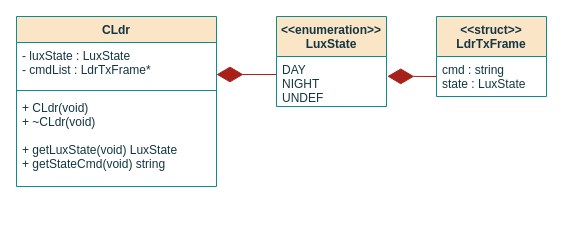
Earlier version of the draw.io diagram page "class" (1 of 4) of documentation/flowcharts/02Classes/CLdr.drawio (ESRGgroup9/slipad). Source tidied: cells renumbered, new cells numbered last; positions are measured from the earlier drawing's top-left corner, leaving out a move shared by most shapes. Both pictures are drawn from the tidied source at 100%, with x=0, y=0 at pixel (16, 16).
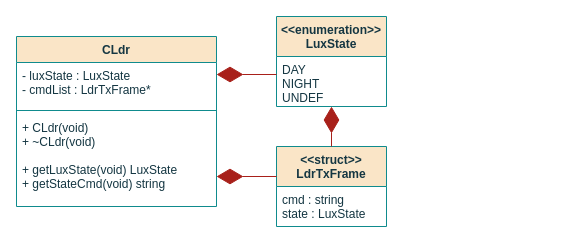
The same diagram, later.

The edit, as a diff of the source:
```diff
@@
 <mxGraphModel>
   <root>
     <mxCell id="0" />
     <mxCell id="1" parent="0" />
     <mxCell id="2" value="CLdr" style="swimlane;fontStyle=1;align=center;verticalAlign=top;horizontal=1;startSize=26;fillColor=#FAE5C7;strokeColor=#0F8B8D;fontColor=#143642;" parent="1" vertex="1">
-      <mxGeometry width="200" height="170" as="geometry" />
+      <mxGeometry y="20" width="200" height="170" as="geometry" />
     </mxCell>
     <mxCell id="3" value="- luxState : LuxState&#10;- cmdList : LdrTxFrame*&#10; " style="text;strokeColor=none;fillColor=none;align=left;verticalAlign=top;spacingLeft=4;spacingRight=4;overflow=hidden;points=[[0,0.5],[1,0.5]];portConstraint=eastwest;fontColor=#143642;" parent="2" vertex="1">
       <mxGeometry y="26" width="200" height="44" as="geometry" />
     </mxCell>
     <mxCell id="4" style="line;strokeWidth=1;fillColor=none;align=left;verticalAlign=middle;spacingTop=-1;spacingLeft=3;spacingRight=3;labelPosition=right;labelBackgroundColor=#DAD2D8;strokeColor=#0F8B8D;fontColor=#143642;" parent="2" vertex="1">
       <mxGeometry y="70" width="200" height="8" as="geometry" />
     </mxCell>
     <mxCell id="5" value="+ CLdr(void)&#10;+ ~CLdr(void)&#10;&#10;+ getLuxState(void) LuxState&#10;+ getStateCmd(void) string&#10;&#10;&#10;&#10;" style="text;strokeColor=none;fillColor=none;align=left;verticalAlign=top;spacingLeft=4;spacingRight=4;overflow=hidden;fontColor=#143642;spacing=2;fontStyle=0;" parent="2" vertex="1">
       <mxGeometry y="78" width="200" height="92" as="geometry" />
     </mxCell>
     <mxCell id="6" value="&lt;&lt;enumeration&gt;&gt;&#10;LuxState&#10;" style="swimlane;fontStyle=1;align=center;verticalAlign=top;horizontal=1;startSize=40;fillColor=#FAE5C7;strokeColor=#0F8B8D;fontColor=#143642;" parent="1" vertex="1">
       <mxGeometry x="260" width="110" height="90" as="geometry" />
     </mxCell>
     <mxCell id="7" value="DAY&#10;NIGHT&#10;UNDEF&#10;&#10;" style="text;strokeColor=none;fillColor=none;align=left;verticalAlign=top;spacingLeft=4;spacingRight=4;overflow=hidden;points=[[0,0.5],[1,0.5]];portConstraint=eastwest;fontColor=#143642;" parent="6" vertex="1">
       <mxGeometry y="40" width="110" height="50" as="geometry" />
     </mxCell>
     <mxCell id="8" value="&lt;&lt;struct&gt;&gt;&#10;LdrTxFrame&#10;" style="swimlane;fontStyle=1;align=center;verticalAlign=top;horizontal=1;startSize=40;fillColor=#FAE5C7;strokeColor=#0F8B8D;fontColor=#143642;" parent="1" vertex="1">
-      <mxGeometry x="420" width="110" height="80" as="geometry" />
+      <mxGeometry x="260" y="130" width="110" height="80" as="geometry" />
     </mxCell>
     <mxCell id="9" value="cmd : string&#10;state : LuxState &#10;" style="text;strokeColor=none;fillColor=none;align=left;verticalAlign=top;spacingLeft=4;spacingRight=4;overflow=hidden;points=[[0,0.5],[1,0.5]];portConstraint=eastwest;fontColor=#143642;" parent="8" vertex="1">
       <mxGeometry y="40" width="110" height="40" as="geometry" />
     </mxCell>
-    <mxCell id="10" style="endArrow=diamondThin;endFill=1;endSize=24;html=1;rounded=0;sketch=0;fontColor=#143642;strokeColor=#A8201A;fillColor=#FAE5C7;entryX=1;entryY=0.727;entryDx=0;entryDy=0;entryPerimeter=0;" parent="1" edge="1" target="3">
+    <mxCell id="10" style="endArrow=diamondThin;endFill=1;endSize=24;html=1;rounded=0;sketch=0;fontColor=#143642;strokeColor=#A8201A;fillColor=#FAE5C7;" parent="1" edge="1">
       <mxGeometry relative="1" as="geometry">
         <mxPoint x="260" y="58" as="sourcePoint" />
+        <mxPoint x="200" y="58" as="targetPoint" />
       </mxGeometry>
     </mxCell>
-    <mxCell id="11" style="endArrow=diamondThin;endFill=1;endSize=24;html=1;rounded=0;sketch=0;fontColor=#143642;strokeColor=#A8201A;fillColor=#FAE5C7;entryX=1.007;entryY=0.396;entryDx=0;entryDy=0;exitX=0;exitY=0.5;exitDx=0;exitDy=0;entryPerimeter=0;" parent="1" edge="1" source="9" target="7">
+    <mxCell id="11" style="endArrow=diamondThin;endFill=1;endSize=24;html=1;rounded=0;sketch=0;fontColor=#143642;strokeColor=#A8201A;fillColor=#FAE5C7;exitX=0.5;exitY=0;exitDx=0;exitDy=0;" parent="1" edge="1" source="8" target="7">
       <mxGeometry relative="1" as="geometry" />
     </mxCell>
+    <mxCell id="12" style="endArrow=diamondThin;endFill=1;endSize=24;html=1;rounded=0;sketch=0;fontColor=#143642;strokeColor=#A8201A;fillColor=#FAE5C7;" parent="1" edge="1">
+      <mxGeometry relative="1" as="geometry">
+        <mxPoint x="260" y="160" as="sourcePoint" />
+        <mxPoint x="200" y="160" as="targetPoint" />
+      </mxGeometry>
+    </mxCell>
   </root>
 </mxGraphModel>
```
